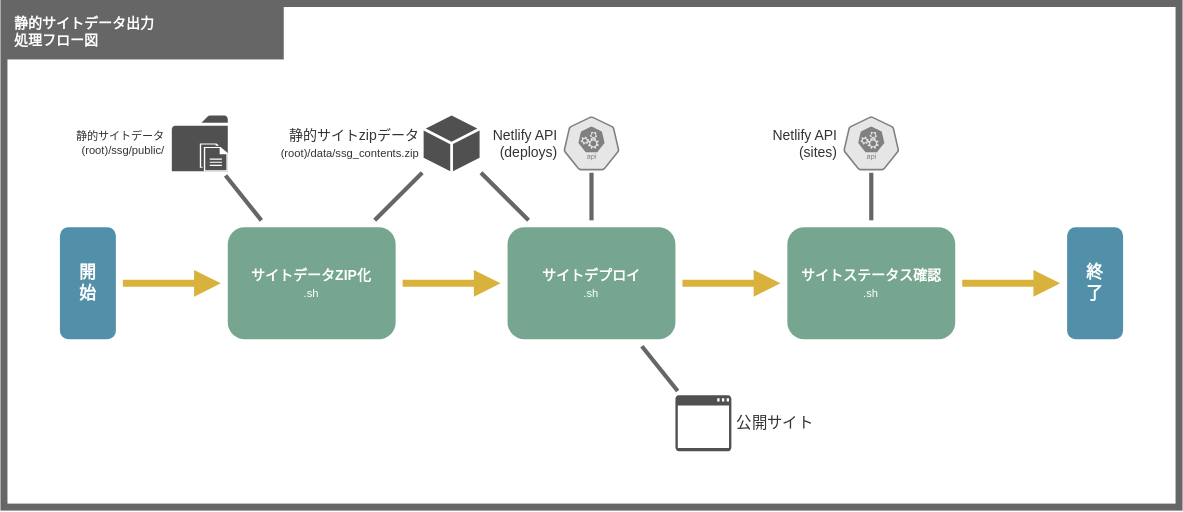
Earlier version of the draw.io export doc/201_設計/01510207_サイト公開_処理フロー図.drawio.svg (take4bcreators/cafe-train-prj). Source tidied: cells renumbered, new cells last; positions are measured from the earlier drawing's top-left corner, leaving out a move shared by most shapes.
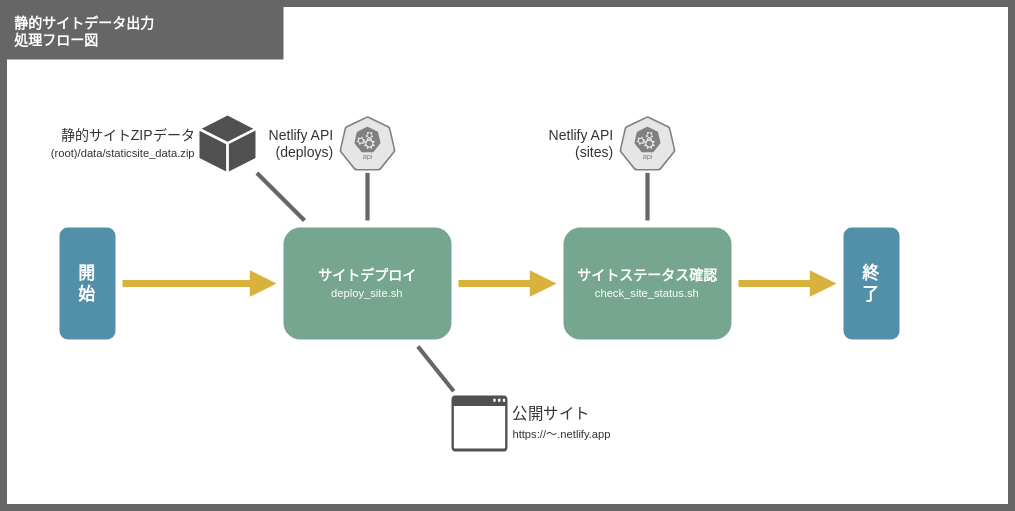
The same file after the commit.

Commit message:
設計書更新

What changed in the source:
```diff
@@ -3,34 +3,19 @@
     <mxCell id="0" />
     <mxCell id="1" value="背景" parent="0" />
     <mxCell id="2" style="rounded=0;whiteSpace=wrap;html=1;fillColor=#FFFFFF;strokeColor=#666666;strokeWidth=5;fontSize=10;" parent="1" vertex="1">
-      <mxGeometry width="840" height="360" as="geometry" />
+      <mxGeometry x="160" width="720" height="360" as="geometry" />
     </mxCell>
     <mxCell id="3" value="メイン" parent="0" />
-    <mxCell id="4" style="edgeStyle=none;shape=connector;rounded=1;html=1;labelBackgroundColor=default;fontFamily=Helvetica;fontSize=11;fontColor=default;endArrow=none;endFill=0;strokeColor=#666666;strokeWidth=3;" parent="3" edge="1" source="8" target="19">
-      <mxGeometry relative="1" as="geometry" />
-    </mxCell>
     <mxCell id="5" value="静的サイトデータ出力&lt;br&gt;処理フロー図" style="rounded=0;whiteSpace=wrap;html=1;fillColor=#666666;strokeColor=none;strokeWidth=5;fontSize=10;fontColor=#FFFFFF;align=left;spacingLeft=6;spacingRight=6;fontStyle=1;" parent="3" vertex="1">
-      <mxGeometry width="200" height="40" as="geometry" />
+      <mxGeometry x="160" width="200" height="40" as="geometry" />
     </mxCell>
-    <mxCell id="6" style="edgeStyle=none;shape=connector;rounded=1;html=1;labelBackgroundColor=default;fontFamily=Helvetica;fontSize=11;fontColor=default;endArrow=none;endFill=0;strokeColor=#666666;strokeWidth=3;" parent="3" edge="1" source="19" target="10">
-      <mxGeometry relative="1" as="geometry" />
-    </mxCell>
-    <mxCell id="7" value="静的サイトデータ&#10;(root)/ssg/public/" style="group;labelPosition=left;verticalLabelPosition=middle;align=right;verticalAlign=middle;spacingLeft=3;spacingRight=3;fontSize=8;perimeterSpacing=0;fontColor=#333333;" parent="3" vertex="1">
-      <mxGeometry x="120" y="80" width="40" height="40" as="geometry" />
-    </mxCell>
-    <mxCell id="8" style="sketch=0;shadow=0;dashed=0;html=1;strokeColor=none;fillColor=#505050;labelPosition=center;verticalLabelPosition=bottom;verticalAlign=top;outlineConnect=0;align=center;shape=mxgraph.office.concepts.folder;perimeterSpacing=3;" parent="7" vertex="1">
-      <mxGeometry width="40" height="40" as="geometry" />
-    </mxCell>
-    <mxCell id="9" style="sketch=0;shadow=0;dashed=0;html=1;strokeColor=none;fillColor=#FFFFFF;labelPosition=center;verticalLabelPosition=bottom;verticalAlign=top;align=center;shape=mxgraph.office.concepts.documents;perimeterSpacing=0;" parent="7" vertex="1">
-      <mxGeometry x="20" y="20" width="20" height="20" as="geometry" />
-    </mxCell>
-    <mxCell id="10" value="&lt;font color=&quot;#333333&quot;&gt;静的サイトzipデータ&lt;br&gt;&lt;font style=&quot;font-size: 8px&quot;&gt;(root)/data/ssg_contents.zip&lt;/font&gt;&lt;/font&gt;" style="sketch=0;shadow=0;dashed=0;html=1;strokeColor=none;fillColor=#505050;labelPosition=left;verticalLabelPosition=middle;verticalAlign=middle;outlineConnect=0;align=right;shape=mxgraph.office.concepts.node_generic;fontSize=10;spacingLeft=2;spacingRight=2;perimeterSpacing=1;" parent="3" vertex="1">
+    <mxCell id="10" value="&lt;span style=&quot;color: rgb(51 , 51 , 51)&quot;&gt;静的サイトZIPデータ&lt;/span&gt;&lt;br style=&quot;color: rgb(51 , 51 , 51)&quot;&gt;&lt;font style=&quot;color: rgb(51 , 51 , 51) ; font-size: 8px&quot;&gt;(root)/data/staticsite_data.zip&lt;/font&gt;" style="sketch=0;shadow=0;dashed=0;html=1;strokeColor=none;fillColor=#505050;labelPosition=left;verticalLabelPosition=middle;verticalAlign=middle;outlineConnect=0;align=right;shape=mxgraph.office.concepts.node_generic;fontSize=10;spacingLeft=2;spacingRight=2;perimeterSpacing=1;" parent="3" vertex="1">
       <mxGeometry x="300" y="80" width="40" height="40" as="geometry" />
     </mxCell>
     <mxCell id="11" style="edgeStyle=none;shape=connector;rounded=1;html=1;labelBackgroundColor=default;fontFamily=Helvetica;fontSize=11;fontColor=default;endArrow=none;endFill=0;strokeColor=#666666;strokeWidth=3;" parent="3" edge="1" source="24" target="10">
       <mxGeometry relative="1" as="geometry" />
     </mxCell>
-    <mxCell id="12" value="&lt;font color=&quot;#333333&quot;&gt;公開サイト&lt;/font&gt;" style="sketch=0;shadow=0;dashed=0;html=1;strokeColor=none;fillColor=#505050;labelPosition=right;verticalLabelPosition=middle;verticalAlign=middle;outlineConnect=0;align=left;shape=mxgraph.office.concepts.application_generic;fontFamily=Helvetica;fontSize=11;fontColor=default;spacingLeft=2;spacingRight=2;perimeterSpacing=3;" parent="3" vertex="1">
+    <mxCell id="12" value="&lt;font color=&quot;#333333&quot;&gt;公開サイト&lt;br&gt;&lt;font style=&quot;font-size: 8px&quot;&gt;https://〜.netlify.app&lt;/font&gt;&lt;br&gt;&lt;/font&gt;" style="sketch=0;shadow=0;dashed=0;html=1;strokeColor=none;fillColor=#505050;labelPosition=right;verticalLabelPosition=middle;verticalAlign=middle;outlineConnect=0;align=left;shape=mxgraph.office.concepts.application_generic;fontFamily=Helvetica;fontSize=11;fontColor=default;spacingLeft=2;spacingRight=2;perimeterSpacing=3;" parent="3" vertex="1">
       <mxGeometry x="480" y="280" width="40" height="40" as="geometry" />
     </mxCell>
     <mxCell id="13" style="edgeStyle=none;shape=connector;rounded=1;html=1;labelBackgroundColor=default;fontFamily=Helvetica;fontSize=11;fontColor=default;endArrow=none;endFill=0;strokeColor=#666666;strokeWidth=3;" parent="3" edge="1" source="12" target="24">
@@ -48,17 +33,11 @@
     <mxCell id="17" style="edgeStyle=none;shape=connector;rounded=1;html=1;labelBackgroundColor=default;fontFamily=Helvetica;fontSize=11;fontColor=default;endArrow=none;endFill=0;strokeColor=#666666;strokeWidth=3;" parent="3" edge="1" source="26" target="16">
       <mxGeometry relative="1" as="geometry" />
     </mxCell>
-    <mxCell id="18" style="edgeStyle=none;shape=connector;rounded=1;html=1;labelBackgroundColor=default;fontFamily=Helvetica;fontSize=10;fontColor=default;startArrow=none;endArrow=block;endFill=1;strokeColor=#D9B23D;strokeWidth=5;" parent="3" edge="1" source="19" target="24">
-      <mxGeometry relative="1" as="geometry" />
-    </mxCell>
-    <mxCell id="19" value="&lt;div&gt;&lt;span&gt;&lt;b&gt;サイトデータZIP化&lt;/b&gt;&lt;/span&gt;&lt;/div&gt;&lt;span&gt;&lt;font style=&quot;font-size: 8px&quot;&gt;.sh&lt;/font&gt;&lt;/span&gt;" style="rounded=1;whiteSpace=wrap;html=1;fillColor=#76A68F;strokeColor=none;strokeWidth=5;fontSize=10;perimeterSpacing=5;fontColor=#FFFFFF;align=center;" parent="3" vertex="1">
-      <mxGeometry x="160" y="160" width="120" height="80" as="geometry" />
-    </mxCell>
-    <mxCell id="20" style="edgeStyle=none;shape=connector;rounded=1;html=1;labelBackgroundColor=default;fontFamily=Helvetica;fontSize=10;fontColor=default;endArrow=block;endFill=1;strokeColor=#D9B23D;strokeWidth=5;startArrow=none;" parent="3" edge="1" source="21" target="19">
+    <mxCell id="20" style="edgeStyle=none;shape=connector;rounded=1;html=1;labelBackgroundColor=default;fontFamily=Helvetica;fontSize=10;fontColor=default;endArrow=block;endFill=1;strokeColor=#D9B23D;strokeWidth=5;startArrow=none;" parent="3" edge="1" source="21" target="24">
       <mxGeometry relative="1" as="geometry" />
     </mxCell>
     <mxCell id="21" value="開&lt;br&gt;始" style="rounded=1;whiteSpace=wrap;html=1;fillColor=#528FA8;strokeColor=none;strokeWidth=5;perimeterSpacing=5;fontColor=#FFFFFF;fontStyle=1;" parent="3" vertex="1">
-      <mxGeometry x="40" y="160" width="40" height="80" as="geometry" />
+      <mxGeometry x="200" y="160" width="40" height="80" as="geometry" />
     </mxCell>
     <mxCell id="22" value="終&lt;br&gt;了" style="rounded=1;whiteSpace=wrap;html=1;fillColor=#528FA8;strokeColor=none;strokeWidth=5;perimeterSpacing=5;fontColor=#FFFFFF;fontStyle=1;" parent="3" vertex="1">
       <mxGeometry x="760" y="160" width="40" height="80" as="geometry" />
@@ -66,13 +45,13 @@
     <mxCell id="23" style="edgeStyle=none;shape=connector;rounded=1;html=1;labelBackgroundColor=default;fontFamily=Helvetica;fontSize=10;fontColor=default;startArrow=none;endArrow=block;endFill=1;strokeColor=#D9B23D;strokeWidth=5;" parent="3" edge="1" source="24" target="26">
       <mxGeometry relative="1" as="geometry" />
     </mxCell>
-    <mxCell id="24" value="&lt;div&gt;&lt;span&gt;&lt;b&gt;サイトデプロイ&lt;/b&gt;&lt;/span&gt;&lt;/div&gt;&lt;span&gt;&lt;font style=&quot;font-size: 8px&quot;&gt;.sh&lt;/font&gt;&lt;/span&gt;" style="rounded=1;whiteSpace=wrap;html=1;fillColor=#76A68F;strokeColor=none;strokeWidth=5;fontSize=10;perimeterSpacing=5;fontColor=#FFFFFF;align=center;" parent="3" vertex="1">
+    <mxCell id="24" value="&lt;div&gt;&lt;span&gt;&lt;b&gt;サイトデプロイ&lt;/b&gt;&lt;/span&gt;&lt;/div&gt;&lt;span&gt;&lt;font style=&quot;font-size: 8px&quot;&gt;deploy_site.sh&lt;/font&gt;&lt;/span&gt;" style="rounded=1;whiteSpace=wrap;html=1;fillColor=#76A68F;strokeColor=none;strokeWidth=5;fontSize=10;perimeterSpacing=5;fontColor=#FFFFFF;align=center;" parent="3" vertex="1">
       <mxGeometry x="360" y="160" width="120" height="80" as="geometry" />
     </mxCell>
     <mxCell id="25" style="edgeStyle=none;shape=connector;rounded=1;html=1;labelBackgroundColor=default;fontFamily=Helvetica;fontSize=10;fontColor=default;startArrow=none;endArrow=block;endFill=1;strokeColor=#D9B23D;strokeWidth=5;" parent="3" edge="1" source="26" target="22">
       <mxGeometry relative="1" as="geometry" />
     </mxCell>
-    <mxCell id="26" value="&lt;div&gt;&lt;span&gt;&lt;b&gt;サイトステータス確認&lt;/b&gt;&lt;/span&gt;&lt;/div&gt;&lt;span&gt;&lt;font style=&quot;font-size: 8px&quot;&gt;.sh&lt;/font&gt;&lt;/span&gt;" style="rounded=1;whiteSpace=wrap;html=1;fillColor=#76A68F;strokeColor=none;strokeWidth=5;fontSize=10;perimeterSpacing=5;fontColor=#FFFFFF;align=center;" parent="3" vertex="1">
+    <mxCell id="26" value="&lt;div&gt;&lt;span&gt;&lt;b&gt;サイトステータス確認&lt;/b&gt;&lt;/span&gt;&lt;/div&gt;&lt;span&gt;&lt;font style=&quot;font-size: 8px&quot;&gt;check_site_status.sh&lt;/font&gt;&lt;/span&gt;" style="rounded=1;whiteSpace=wrap;html=1;fillColor=#76A68F;strokeColor=none;strokeWidth=5;fontSize=10;perimeterSpacing=5;fontColor=#FFFFFF;align=center;" parent="3" vertex="1">
       <mxGeometry x="560" y="160" width="120" height="80" as="geometry" />
     </mxCell>
   </root>
```
